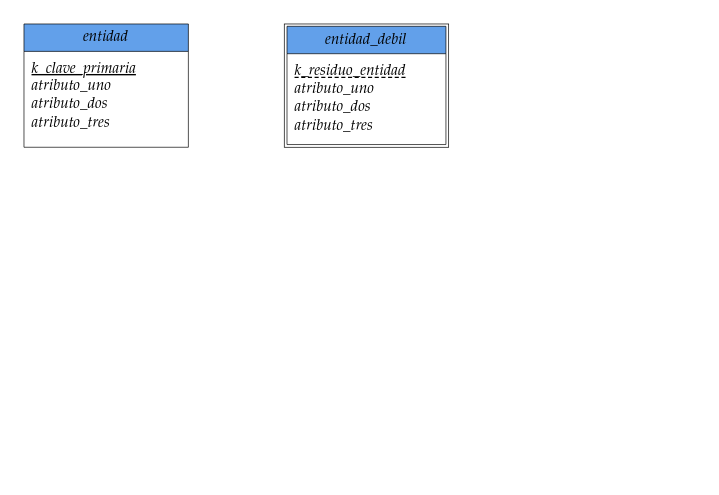
This is page "Estandar" (3 of 3) of Diagramas/Diagramas.drawio from CCaroV/BD_PAR-KUD, a draw.io file, before an edit. Source tidied: cells renumbered, new cells numbered last; positions are measured from the earlier drawing's top-left corner, leaving out a move shared by most shapes. Both pictures are drawn from the tidied source at 137%, with x=0, y=0 at pixel (23, 23).
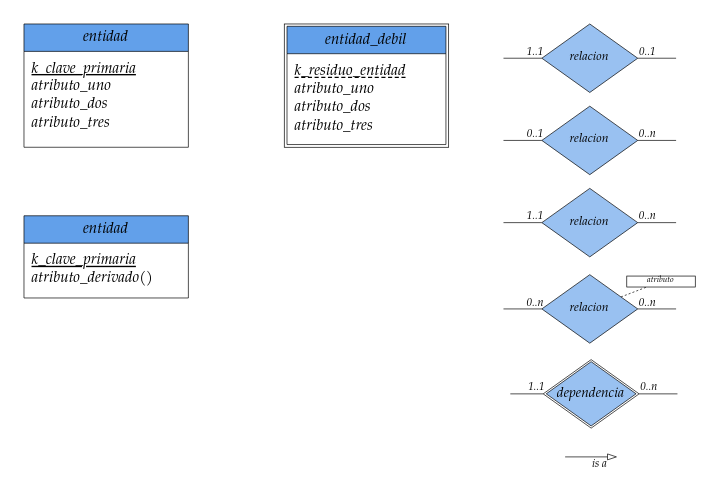
Above is the later version.

Change to the diagram source:
```diff
@@
+    <mxCell id="9" value="entidad" style="swimlane;horizontal=1;startSize=20;rounded=0;fontSize=11;fontStyle=2;strokeWidth=0.5;shadow=0;dashed=0;align=center;fontFamily=Tex Gyre Pagella;labelBackgroundColor=none;fillColor=#62A0EA;strokeColor=#000000;verticalAlign=middle;labelBorderColor=none;whiteSpace=wrap;html=1;" parent="1" vertex="1">
+      <mxGeometry y="140" width="120" height="60" as="geometry" />
+    </mxCell>
+    <mxCell id="10" value="&lt;div style=&quot;font-size: 11px;&quot;&gt;&lt;u&gt;k_clave_primaria&lt;/u&gt;&lt;/div&gt;&lt;div style=&quot;font-size: 11px;&quot;&gt;atributo_derivado()&lt;/div&gt;" style="align=left;strokeColor=none;fillColor=none;spacingLeft=4;fontSize=11;verticalAlign=top;rounded=0;fontFamily=Tex Gyre Pagella;fontStyle=2;html=1;horizontal=1;labelBorderColor=none;" parent="9" vertex="1">
+      <mxGeometry y="20" width="120" height="40" as="geometry" />
+    </mxCell>
+    <mxCell id="11" style="edgeStyle=none;shape=connector;rounded=0;jettySize=auto;html=1;labelBackgroundColor=default;strokeColor=default;strokeWidth=0.5;fontFamily=Tex Gyre Pagella;fontSize=8;fontColor=default;endArrow=none;endFill=0;" parent="1" edge="1" target="13">
+      <mxGeometry relative="1" as="geometry">
+        <mxPoint x="476" y="25" as="sourcePoint" />
+      </mxGeometry>
+    </mxCell>
+    <mxCell id="12" value="0..1" style="edgeLabel;html=1;align=center;verticalAlign=middle;fontSize=8;fontFamily=Tex Gyre Pagella;fontColor=default;labelBackgroundColor=none;fontStyle=2;" parent="11" vertex="1">
+      <mxGeometry x="0.79" relative="1" as="geometry">
+        <mxPoint x="3" y="-5" as="offset" />
+      </mxGeometry>
+    </mxCell>
+    <mxCell id="13" value="relacion" style="shape=rhombus;perimeter=rhombusPerimeter;html=1;align=center;labelBackgroundColor=none;strokeColor=#000000;strokeWidth=0.5;fontFamily=Tex Gyre Pagella;fontSize=9;fillColor=#99C1F1;perimeterSpacing=0;rounded=0;fontStyle=2;labelBorderColor=none;whiteSpace=wrap;" parent="1" vertex="1">
+      <mxGeometry x="378" width="70" height="50" as="geometry" />
+    </mxCell>
+    <mxCell id="14" style="edgeStyle=none;shape=connector;rounded=0;jettySize=auto;html=1;labelBackgroundColor=default;strokeColor=default;strokeWidth=0.5;fontFamily=Tex Gyre Pagella;fontSize=8;fontColor=default;endArrow=none;endFill=0;" parent="1" edge="1" target="13">
+      <mxGeometry relative="1" as="geometry">
+        <mxPoint x="350" y="25" as="sourcePoint" />
+      </mxGeometry>
+    </mxCell>
+    <mxCell id="15" value="1..1" style="edgeLabel;html=1;align=center;verticalAlign=middle;fontSize=8;fontFamily=Tex Gyre Pagella;fontColor=default;fontStyle=2;labelBackgroundColor=none;" parent="14" vertex="1">
+      <mxGeometry x="0.35" relative="1" as="geometry">
+        <mxPoint x="3" y="-5" as="offset" />
+      </mxGeometry>
+    </mxCell>
+    <mxCell id="16" style="edgeStyle=none;shape=connector;rounded=0;jettySize=auto;html=1;labelBackgroundColor=default;strokeColor=default;strokeWidth=0.5;fontFamily=Tex Gyre Pagella;fontSize=8;fontColor=default;endArrow=none;endFill=0;" parent="1" edge="1" target="18">
+      <mxGeometry relative="1" as="geometry">
+        <mxPoint x="476" y="85" as="sourcePoint" />
+      </mxGeometry>
+    </mxCell>
+    <mxCell id="17" value="0..n" style="edgeLabel;html=1;align=center;verticalAlign=middle;fontSize=8;fontFamily=Tex Gyre Pagella;fontColor=default;labelBackgroundColor=none;fontStyle=2;" parent="16" vertex="1">
+      <mxGeometry x="0.79" relative="1" as="geometry">
+        <mxPoint x="3" y="-5" as="offset" />
+      </mxGeometry>
+    </mxCell>
+    <mxCell id="18" value="relacion" style="shape=rhombus;perimeter=rhombusPerimeter;html=1;align=center;labelBackgroundColor=none;strokeColor=#000000;strokeWidth=0.5;fontFamily=Tex Gyre Pagella;fontSize=9;fillColor=#99C1F1;perimeterSpacing=0;rounded=0;fontStyle=2;labelBorderColor=none;whiteSpace=wrap;" parent="1" vertex="1">
+      <mxGeometry x="378" y="60" width="70" height="50" as="geometry" />
+    </mxCell>
+    <mxCell id="19" style="edgeStyle=none;shape=connector;rounded=0;jettySize=auto;html=1;labelBackgroundColor=default;strokeColor=default;strokeWidth=0.5;fontFamily=Tex Gyre Pagella;fontSize=8;fontColor=default;endArrow=none;endFill=0;" parent="1" edge="1" target="18">
+      <mxGeometry relative="1" as="geometry">
+        <mxPoint x="350" y="85" as="sourcePoint" />
+      </mxGeometry>
+    </mxCell>
+    <mxCell id="20" value="0..1" style="edgeLabel;html=1;align=center;verticalAlign=middle;fontSize=8;fontFamily=Tex Gyre Pagella;fontColor=default;fontStyle=2;labelBackgroundColor=none;" parent="19" vertex="1">
+      <mxGeometry x="0.35" relative="1" as="geometry">
+        <mxPoint x="3" y="-5" as="offset" />
+      </mxGeometry>
+    </mxCell>
+    <mxCell id="21" style="edgeStyle=none;shape=connector;rounded=0;jettySize=auto;html=1;labelBackgroundColor=default;strokeColor=default;strokeWidth=0.5;fontFamily=Tex Gyre Pagella;fontSize=8;fontColor=default;endArrow=none;endFill=0;" parent="1" edge="1" target="23">
+      <mxGeometry relative="1" as="geometry">
+        <mxPoint x="476" y="145" as="sourcePoint" />
+      </mxGeometry>
+    </mxCell>
+    <mxCell id="22" value="0..n" style="edgeLabel;html=1;align=center;verticalAlign=middle;fontSize=8;fontFamily=Tex Gyre Pagella;fontColor=default;labelBackgroundColor=none;fontStyle=2;" parent="21" vertex="1">
+      <mxGeometry x="0.79" relative="1" as="geometry">
+        <mxPoint x="3" y="-5" as="offset" />
+      </mxGeometry>
+    </mxCell>
+    <mxCell id="23" value="relacion" style="shape=rhombus;perimeter=rhombusPerimeter;html=1;align=center;labelBackgroundColor=none;strokeColor=#000000;strokeWidth=0.5;fontFamily=Tex Gyre Pagella;fontSize=9;fillColor=#99C1F1;perimeterSpacing=0;rounded=0;fontStyle=2;labelBorderColor=none;whiteSpace=wrap;" parent="1" vertex="1">
+      <mxGeometry x="378" y="120" width="70" height="50" as="geometry" />
+    </mxCell>
+    <mxCell id="24" style="edgeStyle=none;shape=connector;rounded=0;jettySize=auto;html=1;labelBackgroundColor=default;strokeColor=default;strokeWidth=0.5;fontFamily=Tex Gyre Pagella;fontSize=8;fontColor=default;endArrow=none;endFill=0;" parent="1" edge="1" target="23">
+      <mxGeometry relative="1" as="geometry">
+        <mxPoint x="350" y="145" as="sourcePoint" />
+      </mxGeometry>
+    </mxCell>
+    <mxCell id="25" value="1..1" style="edgeLabel;html=1;align=center;verticalAlign=middle;fontSize=8;fontFamily=Tex Gyre Pagella;fontColor=default;fontStyle=2;labelBackgroundColor=none;" parent="24" vertex="1">
+      <mxGeometry x="0.35" relative="1" as="geometry">
+        <mxPoint x="3" y="-5" as="offset" />
+      </mxGeometry>
+    </mxCell>
+    <mxCell id="26" style="group;fontFamily=Tex Gyre Pagella;rounded=0;labelBorderColor=none;whiteSpace=wrap;html=1;fontSize=9;" parent="1" vertex="1">
+      <mxGeometry x="379" y="245" width="70" height="50" as="geometry" />
+    </mxCell>
+    <mxCell id="27" style="edgeStyle=none;shape=connector;rounded=0;jettySize=auto;html=1;labelBackgroundColor=default;strokeColor=default;strokeWidth=0.5;fontFamily=Tex Gyre Pagella;fontSize=8;fontColor=default;endArrow=none;endFill=0;" parent="26" edge="1" source="31">
+      <mxGeometry relative="1" as="geometry">
+        <mxPoint x="98" y="25" as="targetPoint" />
+      </mxGeometry>
+    </mxCell>
+    <mxCell id="28" value="0..n" style="edgeLabel;html=1;align=center;verticalAlign=middle;fontSize=8;fontFamily=Tex Gyre Pagella;fontColor=default;labelBackgroundColor=none;fontStyle=2;" parent="27" vertex="1">
+      <mxGeometry x="-0.52" relative="1" as="geometry">
+        <mxPoint x="-1" y="-5" as="offset" />
+      </mxGeometry>
+    </mxCell>
+    <mxCell id="29" style="edgeStyle=none;shape=connector;rounded=0;jettySize=auto;html=1;labelBackgroundColor=default;strokeColor=default;strokeWidth=0.5;fontFamily=Tex Gyre Pagella;fontSize=8;fontColor=default;endArrow=none;endFill=0;" parent="26" edge="1" source="31">
+      <mxGeometry relative="1" as="geometry">
+        <mxPoint x="-24" y="25" as="targetPoint" />
+      </mxGeometry>
+    </mxCell>
+    <mxCell id="30" value="1..1" style="edgeLabel;html=1;align=center;verticalAlign=middle;fontSize=8;fontFamily=Tex Gyre Pagella;fontColor=default;labelBackgroundColor=none;fontStyle=2;" parent="29" vertex="1">
+      <mxGeometry x="-0.58" relative="1" as="geometry">
+        <mxPoint x="-1" y="-5" as="offset" />
+      </mxGeometry>
+    </mxCell>
+    <mxCell id="31" style="rhombus;html=1;rounded=0;shadow=0;glass=0;labelBackgroundColor=none;strokeColor=#000000;strokeWidth=0.5;fontFamily=Tex Gyre Pagella;fontSize=11;fillColor=none;labelBorderColor=none;whiteSpace=wrap;" parent="26" vertex="1">
+      <mxGeometry width="70" height="50" as="geometry" />
+    </mxCell>
+    <mxCell id="32" value="&lt;i&gt;dependencia&lt;/i&gt;" style="shape=rhombus;perimeter=rhombusPerimeter;html=1;align=center;labelBackgroundColor=none;strokeColor=#000000;strokeWidth=0.5;fontFamily=Tex Gyre Pagella;fontSize=10;fillColor=#99C1F1;perimeterSpacing=0;rounded=0;labelBorderColor=none;whiteSpace=wrap;" parent="26" vertex="1">
+      <mxGeometry x="2.2" y="1.5" width="65.6" height="46.9" as="geometry" />
+    </mxCell>
+    <mxCell id="33" style="edgeStyle=none;shape=connector;rounded=0;orthogonalLoop=1;jettySize=auto;html=1;labelBackgroundColor=default;strokeColor=default;strokeWidth=0.5;fontFamily=Tex Gyre Pagella;fontSize=8;fontColor=default;endArrow=blockThin;endFill=0;" parent="1" edge="1">
+      <mxGeometry relative="1" as="geometry">
+        <mxPoint x="395" y="316" as="sourcePoint" />
+        <mxPoint x="433" y="316" as="targetPoint" />
+      </mxGeometry>
+    </mxCell>
+    <mxCell id="34" value="&lt;i&gt;is a&lt;/i&gt;" style="edgeLabel;html=1;align=center;verticalAlign=middle;fontSize=8;fontFamily=Tex Gyre Pagella;fontColor=default;labelBackgroundColor=none;" parent="33" vertex="1">
+      <mxGeometry x="0.09" relative="1" as="geometry">
+        <mxPoint x="3" y="5" as="offset" />
+      </mxGeometry>
+    </mxCell>
+    <mxCell id="35" style="edgeStyle=none;shape=connector;rounded=0;jettySize=auto;html=1;labelBackgroundColor=default;strokeColor=default;strokeWidth=0.5;fontFamily=Tex Gyre Pagella;fontSize=8;fontColor=default;endArrow=none;endFill=0;" parent="1" edge="1" target="38">
+      <mxGeometry relative="1" as="geometry">
+        <mxPoint x="476" y="208" as="sourcePoint" />
+      </mxGeometry>
+    </mxCell>
+    <mxCell id="36" value="0..n" style="edgeLabel;html=1;align=center;verticalAlign=middle;fontSize=8;fontFamily=Tex Gyre Pagella;fontColor=default;labelBackgroundColor=none;fontStyle=2;" parent="35" vertex="1">
+      <mxGeometry x="0.79" relative="1" as="geometry">
+        <mxPoint x="3" y="-5" as="offset" />
+      </mxGeometry>
+    </mxCell>
+    <mxCell id="37" style="edgeStyle=none;shape=connector;rounded=0;jettySize=auto;html=1;labelBackgroundColor=default;strokeColor=default;strokeWidth=0.5;fontFamily=Tex Gyre Pagella;fontSize=8;fontColor=default;endArrow=none;endFill=0;dashed=1;" parent="1" edge="1" source="38" target="41">
+      <mxGeometry relative="1" as="geometry" />
+    </mxCell>
+    <mxCell id="38" value="relacion" style="shape=rhombus;perimeter=rhombusPerimeter;html=1;align=center;labelBackgroundColor=none;strokeColor=#000000;strokeWidth=0.5;fontFamily=Tex Gyre Pagella;fontSize=9;fillColor=#99C1F1;perimeterSpacing=0;rounded=0;fontStyle=2;labelBorderColor=none;whiteSpace=wrap;" parent="1" vertex="1">
+      <mxGeometry x="378" y="183" width="70" height="50" as="geometry" />
+    </mxCell>
+    <mxCell id="39" style="edgeStyle=none;shape=connector;rounded=0;jettySize=auto;html=1;labelBackgroundColor=default;strokeColor=default;strokeWidth=0.5;fontFamily=Tex Gyre Pagella;fontSize=8;fontColor=default;endArrow=none;endFill=0;" parent="1" edge="1" target="38">
+      <mxGeometry relative="1" as="geometry">
+        <mxPoint x="350" y="208" as="sourcePoint" />
+      </mxGeometry>
+    </mxCell>
+    <mxCell id="40" value="0..n" style="edgeLabel;html=1;align=center;verticalAlign=middle;fontSize=8;fontFamily=Tex Gyre Pagella;fontColor=default;fontStyle=2;labelBackgroundColor=none;" parent="39" vertex="1">
+      <mxGeometry x="0.35" relative="1" as="geometry">
+        <mxPoint x="3" y="-5" as="offset" />
+      </mxGeometry>
+    </mxCell>
+    <mxCell id="41" value="atributo" style="rounded=0;whiteSpace=wrap;html=1;fontFamily=Tex Gyre Pagella;fontSize=6;fontColor=default;strokeWidth=0.5;fillColor=none;fontStyle=2;" parent="1" vertex="1">
+      <mxGeometry x="440" y="184" width="50" height="8" as="geometry" />
+    </mxCell>
```
